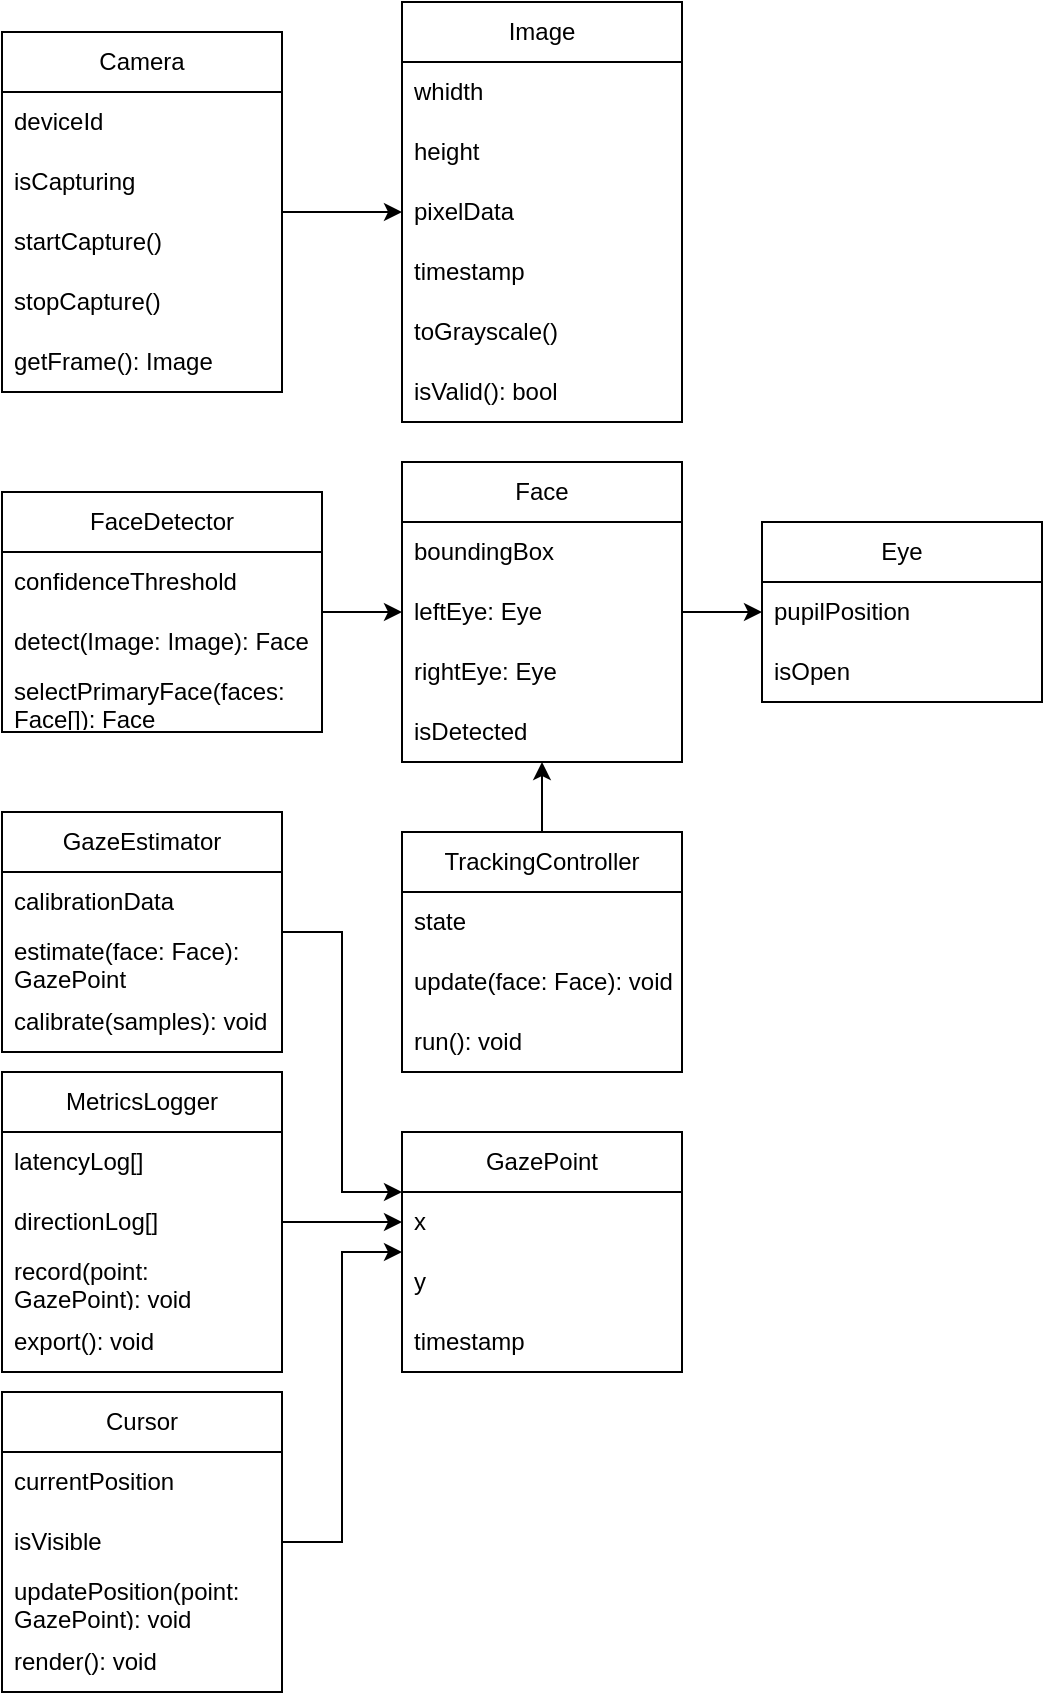
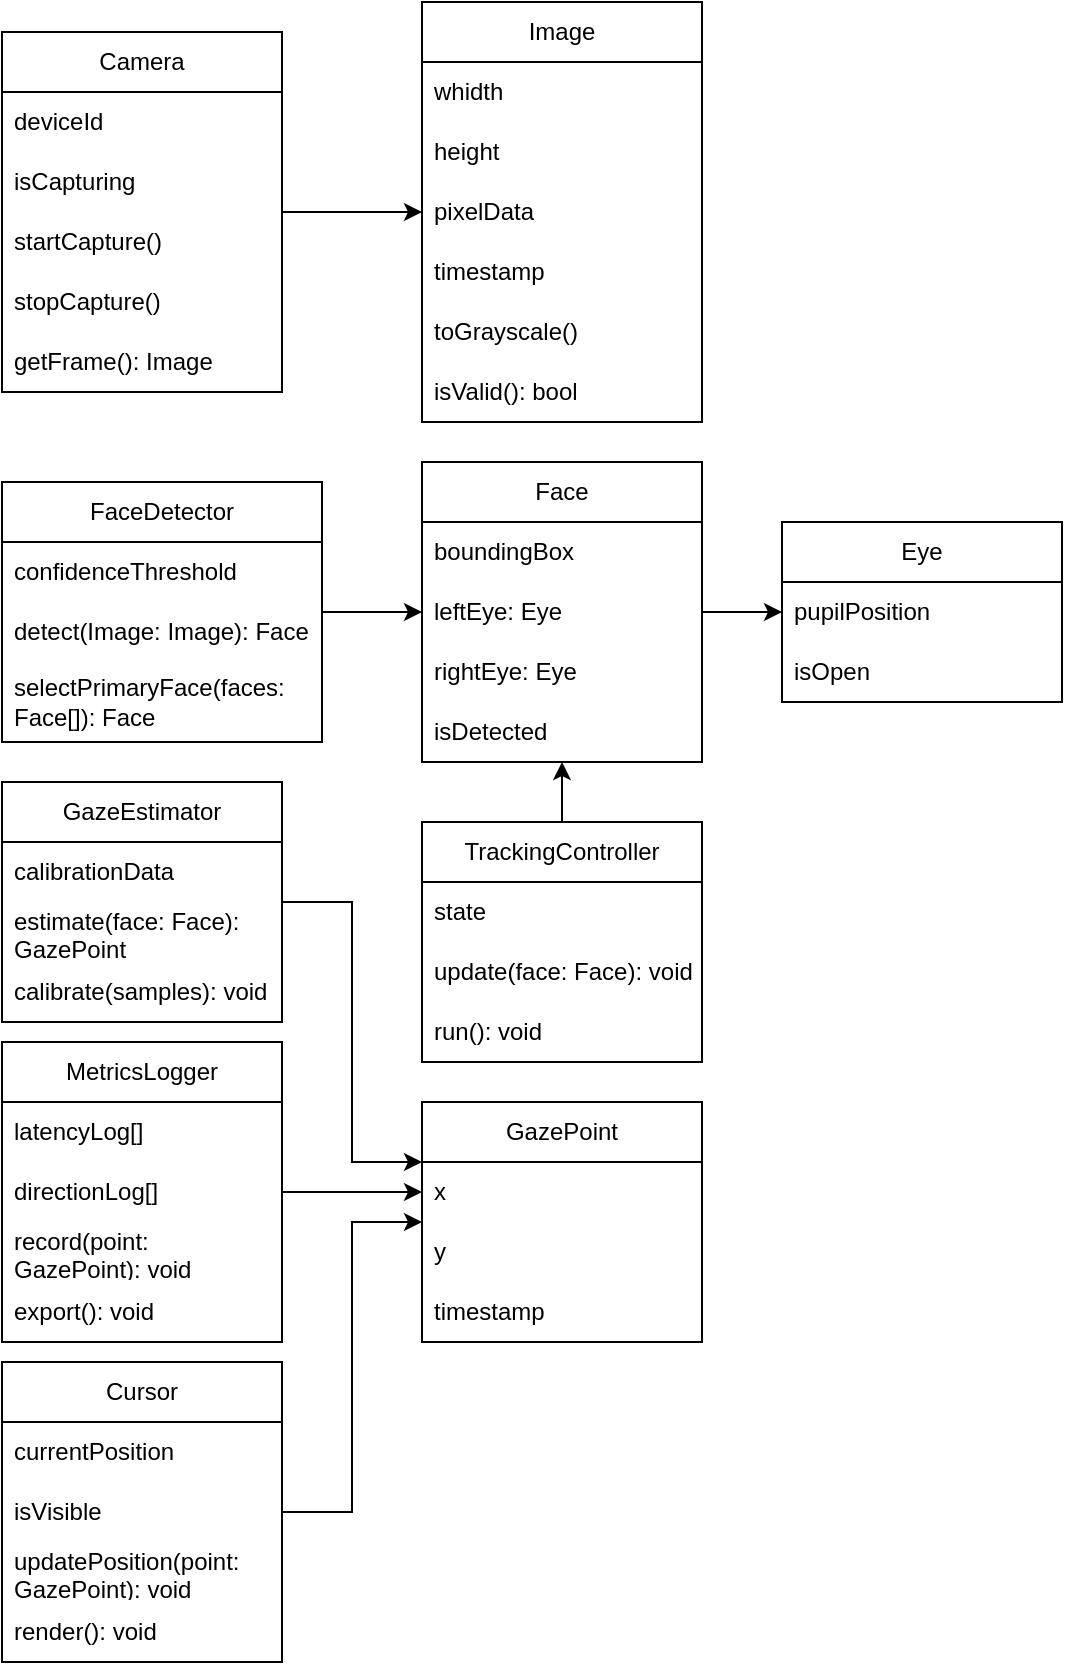
<mxfile host="Electron">
  <diagram name="Page-1" id="GMmGFsj3kmDCQzgM6W6h">
-     <mxGraphModel dx="576" dy="693" grid="1" gridSize="10" guides="1" tooltips="1" connect="1" arrows="1" fold="1" page="1" pageScale="1" pageWidth="850" pageHeight="1100" math="0" shadow="0">
+     <mxGraphModel dx="691" dy="832" grid="1" gridSize="10" guides="1" tooltips="1" connect="1" arrows="1" fold="1" page="1" pageScale="1" pageWidth="850" pageHeight="1100" math="0" shadow="0">
      <root>
        <mxCell id="0" />
        <mxCell id="1" parent="0" />
        <mxCell id="hKNJ4j4aiTqF0_Sxo6YJ-65" edge="1" parent="1" source="hKNJ4j4aiTqF0_Sxo6YJ-24" style="edgeStyle=orthogonalEdgeStyle;rounded=0;orthogonalLoop=1;jettySize=auto;html=1;entryX=0;entryY=0.5;entryDx=0;entryDy=0;" target="hKNJ4j4aiTqF0_Sxo6YJ-52">
          <mxGeometry relative="1" as="geometry" />
        </mxCell>
        <mxCell id="hKNJ4j4aiTqF0_Sxo6YJ-24" parent="1" style="swimlane;fontStyle=0;childLayout=stackLayout;horizontal=1;startSize=30;horizontalStack=0;resizeParent=1;resizeParentMax=0;resizeLast=0;collapsible=1;marginBottom=0;whiteSpace=wrap;html=1;" value="Camera" vertex="1">
-           <mxGeometry height="180" width="140" x="70" y="160" as="geometry" />
+           <mxGeometry height="180" width="140" x="60" y="175" as="geometry" />
        </mxCell>
        <mxCell id="hKNJ4j4aiTqF0_Sxo6YJ-25" parent="hKNJ4j4aiTqF0_Sxo6YJ-24" style="text;strokeColor=none;fillColor=none;align=left;verticalAlign=middle;spacingLeft=4;spacingRight=4;overflow=hidden;points=[[0,0.5],[1,0.5]];portConstraint=eastwest;rotatable=0;whiteSpace=wrap;html=1;" value="deviceId" vertex="1">
          <mxGeometry height="30" width="140" y="30" as="geometry" />
        </mxCell>
        <mxCell id="hKNJ4j4aiTqF0_Sxo6YJ-26" parent="hKNJ4j4aiTqF0_Sxo6YJ-24" style="text;strokeColor=none;fillColor=none;align=left;verticalAlign=middle;spacingLeft=4;spacingRight=4;overflow=hidden;points=[[0,0.5],[1,0.5]];portConstraint=eastwest;rotatable=0;whiteSpace=wrap;html=1;" value="isCapturing" vertex="1">
          <mxGeometry height="30" width="140" y="60" as="geometry" />
        </mxCell>
        <mxCell id="hKNJ4j4aiTqF0_Sxo6YJ-33" parent="hKNJ4j4aiTqF0_Sxo6YJ-24" style="text;strokeColor=none;fillColor=none;align=left;verticalAlign=middle;spacingLeft=4;spacingRight=4;overflow=hidden;points=[[0,0.5],[1,0.5]];portConstraint=eastwest;rotatable=0;whiteSpace=wrap;html=1;" value="startCapture()" vertex="1">
          <mxGeometry height="30" width="140" y="90" as="geometry" />
        </mxCell>
        <mxCell id="hKNJ4j4aiTqF0_Sxo6YJ-27" parent="hKNJ4j4aiTqF0_Sxo6YJ-24" style="text;strokeColor=none;fillColor=none;align=left;verticalAlign=middle;spacingLeft=4;spacingRight=4;overflow=hidden;points=[[0,0.5],[1,0.5]];portConstraint=eastwest;rotatable=0;whiteSpace=wrap;html=1;" value="stopCapture()" vertex="1">
          <mxGeometry height="30" width="140" y="120" as="geometry" />
        </mxCell>
        <mxCell id="hKNJ4j4aiTqF0_Sxo6YJ-51" parent="hKNJ4j4aiTqF0_Sxo6YJ-24" style="text;strokeColor=none;fillColor=none;align=left;verticalAlign=middle;spacingLeft=4;spacingRight=4;overflow=hidden;points=[[0,0.5],[1,0.5]];portConstraint=eastwest;rotatable=0;whiteSpace=wrap;html=1;" value="getFrame(): Image" vertex="1">
          <mxGeometry height="30" width="140" y="150" as="geometry" />
        </mxCell>
        <mxCell id="hKNJ4j4aiTqF0_Sxo6YJ-52" parent="1" style="swimlane;fontStyle=0;childLayout=stackLayout;horizontal=1;startSize=30;horizontalStack=0;resizeParent=1;resizeParentMax=0;resizeLast=0;collapsible=1;marginBottom=0;whiteSpace=wrap;html=1;" value="Image" vertex="1">
-           <mxGeometry height="210" width="140" x="270" y="145" as="geometry" />
+           <mxGeometry height="210" width="140" x="270" y="160" as="geometry" />
        </mxCell>
        <mxCell id="hKNJ4j4aiTqF0_Sxo6YJ-53" parent="hKNJ4j4aiTqF0_Sxo6YJ-52" style="text;strokeColor=none;fillColor=none;align=left;verticalAlign=middle;spacingLeft=4;spacingRight=4;overflow=hidden;points=[[0,0.5],[1,0.5]];portConstraint=eastwest;rotatable=0;whiteSpace=wrap;html=1;" value="whidth" vertex="1">
          <mxGeometry height="30" width="140" y="30" as="geometry" />
        </mxCell>
        <mxCell id="hKNJ4j4aiTqF0_Sxo6YJ-54" parent="hKNJ4j4aiTqF0_Sxo6YJ-52" style="text;strokeColor=none;fillColor=none;align=left;verticalAlign=middle;spacingLeft=4;spacingRight=4;overflow=hidden;points=[[0,0.5],[1,0.5]];portConstraint=eastwest;rotatable=0;whiteSpace=wrap;html=1;" value="he&lt;span style=&quot;background-color: transparent; color: light-dark(rgb(0, 0, 0), rgb(255, 255, 255));&quot;&gt;ight&lt;/span&gt;" vertex="1">
          <mxGeometry height="30" width="140" y="60" as="geometry" />
        </mxCell>
        <mxCell id="hKNJ4j4aiTqF0_Sxo6YJ-55" parent="hKNJ4j4aiTqF0_Sxo6YJ-52" style="text;strokeColor=none;fillColor=none;align=left;verticalAlign=middle;spacingLeft=4;spacingRight=4;overflow=hidden;points=[[0,0.5],[1,0.5]];portConstraint=eastwest;rotatable=0;whiteSpace=wrap;html=1;" value="pixelData" vertex="1">
          <mxGeometry height="30" width="140" y="90" as="geometry" />
        </mxCell>
        <mxCell id="hKNJ4j4aiTqF0_Sxo6YJ-56" parent="hKNJ4j4aiTqF0_Sxo6YJ-52" style="text;strokeColor=none;fillColor=none;align=left;verticalAlign=middle;spacingLeft=4;spacingRight=4;overflow=hidden;points=[[0,0.5],[1,0.5]];portConstraint=eastwest;rotatable=0;whiteSpace=wrap;html=1;" value="timestamp" vertex="1">
          <mxGeometry height="30" width="140" y="120" as="geometry" />
        </mxCell>
        <mxCell id="hKNJ4j4aiTqF0_Sxo6YJ-57" parent="hKNJ4j4aiTqF0_Sxo6YJ-52" style="text;strokeColor=none;fillColor=none;align=left;verticalAlign=middle;spacingLeft=4;spacingRight=4;overflow=hidden;points=[[0,0.5],[1,0.5]];portConstraint=eastwest;rotatable=0;whiteSpace=wrap;html=1;" value="toGrayscale()" vertex="1">
          <mxGeometry height="30" width="140" y="150" as="geometry" />
        </mxCell>
        <mxCell id="hKNJ4j4aiTqF0_Sxo6YJ-58" parent="hKNJ4j4aiTqF0_Sxo6YJ-52" style="text;strokeColor=none;fillColor=none;align=left;verticalAlign=middle;spacingLeft=4;spacingRight=4;overflow=hidden;points=[[0,0.5],[1,0.5]];portConstraint=eastwest;rotatable=0;whiteSpace=wrap;html=1;" value="isValid(): bool" vertex="1">
          <mxGeometry height="30" width="140" y="180" as="geometry" />
        </mxCell>
        <mxCell id="hKNJ4j4aiTqF0_Sxo6YJ-60" parent="1" style="swimlane;fontStyle=0;childLayout=stackLayout;horizontal=1;startSize=30;horizontalStack=0;resizeParent=1;resizeParentMax=0;resizeLast=0;collapsible=1;marginBottom=0;whiteSpace=wrap;html=1;" value="Face" vertex="1">
-           <mxGeometry height="150" width="140" x="270" y="375" as="geometry" />
+           <mxGeometry height="150" width="140" x="270" y="390" as="geometry" />
        </mxCell>
        <mxCell id="hKNJ4j4aiTqF0_Sxo6YJ-61" parent="hKNJ4j4aiTqF0_Sxo6YJ-60" style="text;strokeColor=none;fillColor=none;align=left;verticalAlign=middle;spacingLeft=4;spacingRight=4;overflow=hidden;points=[[0,0.5],[1,0.5]];portConstraint=eastwest;rotatable=0;whiteSpace=wrap;html=1;" value="boundingBox" vertex="1">
          <mxGeometry height="30" width="140" y="30" as="geometry" />
        </mxCell>
        <mxCell id="hKNJ4j4aiTqF0_Sxo6YJ-62" parent="hKNJ4j4aiTqF0_Sxo6YJ-60" style="text;strokeColor=none;fillColor=none;align=left;verticalAlign=middle;spacingLeft=4;spacingRight=4;overflow=hidden;points=[[0,0.5],[1,0.5]];portConstraint=eastwest;rotatable=0;whiteSpace=wrap;html=1;" value="leftEye: Eye" vertex="1">
          <mxGeometry height="30" width="140" y="60" as="geometry" />
        </mxCell>
        <mxCell id="hKNJ4j4aiTqF0_Sxo6YJ-63" parent="hKNJ4j4aiTqF0_Sxo6YJ-60" style="text;strokeColor=none;fillColor=none;align=left;verticalAlign=middle;spacingLeft=4;spacingRight=4;overflow=hidden;points=[[0,0.5],[1,0.5]];portConstraint=eastwest;rotatable=0;whiteSpace=wrap;html=1;" value="rightEye: Eye" vertex="1">
          <mxGeometry height="30" width="140" y="90" as="geometry" />
        </mxCell>
        <mxCell id="hKNJ4j4aiTqF0_Sxo6YJ-64" parent="hKNJ4j4aiTqF0_Sxo6YJ-60" style="text;strokeColor=none;fillColor=none;align=left;verticalAlign=middle;spacingLeft=4;spacingRight=4;overflow=hidden;points=[[0,0.5],[1,0.5]];portConstraint=eastwest;rotatable=0;whiteSpace=wrap;html=1;" value="isDetected" vertex="1">
          <mxGeometry height="30" width="140" y="120" as="geometry" />
        </mxCell>
        <mxCell id="hKNJ4j4aiTqF0_Sxo6YJ-66" parent="1" style="swimlane;fontStyle=0;childLayout=stackLayout;horizontal=1;startSize=30;horizontalStack=0;resizeParent=1;resizeParentMax=0;resizeLast=0;collapsible=1;marginBottom=0;whiteSpace=wrap;html=1;" value="Eye" vertex="1">
-           <mxGeometry height="90" width="140" x="450" y="405" as="geometry" />
+           <mxGeometry height="90" width="140" x="450" y="420" as="geometry" />
        </mxCell>
        <mxCell id="hKNJ4j4aiTqF0_Sxo6YJ-67" parent="hKNJ4j4aiTqF0_Sxo6YJ-66" style="text;strokeColor=none;fillColor=none;align=left;verticalAlign=middle;spacingLeft=4;spacingRight=4;overflow=hidden;points=[[0,0.5],[1,0.5]];portConstraint=eastwest;rotatable=0;whiteSpace=wrap;html=1;" value="pupilPosition" vertex="1">
          <mxGeometry height="30" width="140" y="30" as="geometry" />
        </mxCell>
        <mxCell id="hKNJ4j4aiTqF0_Sxo6YJ-68" parent="hKNJ4j4aiTqF0_Sxo6YJ-66" style="text;strokeColor=none;fillColor=none;align=left;verticalAlign=middle;spacingLeft=4;spacingRight=4;overflow=hidden;points=[[0,0.5],[1,0.5]];portConstraint=eastwest;rotatable=0;whiteSpace=wrap;html=1;" value="isOpen" vertex="1">
          <mxGeometry height="30" width="140" y="60" as="geometry" />
        </mxCell>
        <mxCell id="hKNJ4j4aiTqF0_Sxo6YJ-97" edge="1" parent="1" source="hKNJ4j4aiTqF0_Sxo6YJ-70" style="edgeStyle=orthogonalEdgeStyle;rounded=0;orthogonalLoop=1;jettySize=auto;html=1;entryX=0;entryY=0.5;entryDx=0;entryDy=0;" target="hKNJ4j4aiTqF0_Sxo6YJ-60">
          <mxGeometry relative="1" as="geometry" />
        </mxCell>
        <mxCell id="hKNJ4j4aiTqF0_Sxo6YJ-70" parent="1" style="swimlane;fontStyle=0;childLayout=stackLayout;horizontal=1;startSize=30;horizontalStack=0;resizeParent=1;resizeParentMax=0;resizeLast=0;collapsible=1;marginBottom=0;whiteSpace=wrap;html=1;" value="FaceDetector" vertex="1">
-           <mxGeometry height="120" width="160" x="70" y="390" as="geometry" />
+           <mxGeometry height="130" width="160" x="60" y="400" as="geometry" />
        </mxCell>
        <mxCell id="hKNJ4j4aiTqF0_Sxo6YJ-71" parent="hKNJ4j4aiTqF0_Sxo6YJ-70" style="text;strokeColor=none;fillColor=none;align=left;verticalAlign=middle;spacingLeft=4;spacingRight=4;overflow=hidden;points=[[0,0.5],[1,0.5]];portConstraint=eastwest;rotatable=0;whiteSpace=wrap;html=1;" value="confidenceThreshold" vertex="1">
          <mxGeometry height="30" width="160" y="30" as="geometry" />
        </mxCell>
        <mxCell id="hKNJ4j4aiTqF0_Sxo6YJ-72" parent="hKNJ4j4aiTqF0_Sxo6YJ-70" style="text;strokeColor=none;fillColor=none;align=left;verticalAlign=middle;spacingLeft=4;spacingRight=4;overflow=hidden;points=[[0,0.5],[1,0.5]];portConstraint=eastwest;rotatable=0;whiteSpace=wrap;html=1;" value="detect(Image: Image): Face" vertex="1">
          <mxGeometry height="30" width="160" y="60" as="geometry" />
        </mxCell>
        <mxCell id="hKNJ4j4aiTqF0_Sxo6YJ-73" parent="hKNJ4j4aiTqF0_Sxo6YJ-70" style="text;strokeColor=none;fillColor=none;align=left;verticalAlign=middle;spacingLeft=4;spacingRight=4;overflow=hidden;points=[[0,0.5],[1,0.5]];portConstraint=eastwest;rotatable=0;whiteSpace=wrap;html=1;" value="selectPrimaryFace(faces: Face[]): Face" vertex="1">
-           <mxGeometry height="30" width="160" y="90" as="geometry" />
+           <mxGeometry height="40" width="160" y="90" as="geometry" />
        </mxCell>
        <mxCell id="hKNJ4j4aiTqF0_Sxo6YJ-98" edge="1" parent="1" source="hKNJ4j4aiTqF0_Sxo6YJ-75" style="edgeStyle=orthogonalEdgeStyle;rounded=0;orthogonalLoop=1;jettySize=auto;html=1;entryX=0;entryY=0.25;entryDx=0;entryDy=0;" target="hKNJ4j4aiTqF0_Sxo6YJ-79">
          <mxGeometry relative="1" as="geometry">
            <mxPoint x="240" y="740" as="targetPoint" />
          </mxGeometry>
        </mxCell>
        <mxCell id="hKNJ4j4aiTqF0_Sxo6YJ-75" parent="1" style="swimlane;fontStyle=0;childLayout=stackLayout;horizontal=1;startSize=30;horizontalStack=0;resizeParent=1;resizeParentMax=0;resizeLast=0;collapsible=1;marginBottom=0;whiteSpace=wrap;html=1;" value="GazeEstimator" vertex="1">
-           <mxGeometry height="120" width="140" x="70" y="550" as="geometry" />
+           <mxGeometry height="120" width="140" x="60" y="550" as="geometry" />
        </mxCell>
        <mxCell id="hKNJ4j4aiTqF0_Sxo6YJ-76" parent="hKNJ4j4aiTqF0_Sxo6YJ-75" style="text;strokeColor=none;fillColor=none;align=left;verticalAlign=middle;spacingLeft=4;spacingRight=4;overflow=hidden;points=[[0,0.5],[1,0.5]];portConstraint=eastwest;rotatable=0;whiteSpace=wrap;html=1;" value="calibrationData" vertex="1">
          <mxGeometry height="30" width="140" y="30" as="geometry" />
        </mxCell>
        <mxCell id="hKNJ4j4aiTqF0_Sxo6YJ-77" parent="hKNJ4j4aiTqF0_Sxo6YJ-75" style="text;strokeColor=none;fillColor=none;align=left;verticalAlign=middle;spacingLeft=4;spacingRight=4;overflow=hidden;points=[[0,0.5],[1,0.5]];portConstraint=eastwest;rotatable=0;whiteSpace=wrap;html=1;" value="estimate(face: Face): GazePoint" vertex="1">
          <mxGeometry height="30" width="140" y="60" as="geometry" />
        </mxCell>
        <mxCell id="hKNJ4j4aiTqF0_Sxo6YJ-78" parent="hKNJ4j4aiTqF0_Sxo6YJ-75" style="text;strokeColor=none;fillColor=none;align=left;verticalAlign=middle;spacingLeft=4;spacingRight=4;overflow=hidden;points=[[0,0.5],[1,0.5]];portConstraint=eastwest;rotatable=0;whiteSpace=wrap;html=1;" value="calibrate(samples): void" vertex="1">
          <mxGeometry height="30" width="140" y="90" as="geometry" />
        </mxCell>
        <mxCell id="hKNJ4j4aiTqF0_Sxo6YJ-79" parent="1" style="swimlane;fontStyle=0;childLayout=stackLayout;horizontal=1;startSize=30;horizontalStack=0;resizeParent=1;resizeParentMax=0;resizeLast=0;collapsible=1;marginBottom=0;whiteSpace=wrap;html=1;" value="GazePoint" vertex="1">
          <mxGeometry height="120" width="140" x="270" y="710" as="geometry" />
        </mxCell>
        <mxCell id="hKNJ4j4aiTqF0_Sxo6YJ-80" parent="hKNJ4j4aiTqF0_Sxo6YJ-79" style="text;strokeColor=none;fillColor=none;align=left;verticalAlign=middle;spacingLeft=4;spacingRight=4;overflow=hidden;points=[[0,0.5],[1,0.5]];portConstraint=eastwest;rotatable=0;whiteSpace=wrap;html=1;" value="x" vertex="1">
          <mxGeometry height="30" width="140" y="30" as="geometry" />
        </mxCell>
        <mxCell id="hKNJ4j4aiTqF0_Sxo6YJ-81" parent="hKNJ4j4aiTqF0_Sxo6YJ-79" style="text;strokeColor=none;fillColor=none;align=left;verticalAlign=middle;spacingLeft=4;spacingRight=4;overflow=hidden;points=[[0,0.5],[1,0.5]];portConstraint=eastwest;rotatable=0;whiteSpace=wrap;html=1;" value="y" vertex="1">
          <mxGeometry height="30" width="140" y="60" as="geometry" />
        </mxCell>
        <mxCell id="hKNJ4j4aiTqF0_Sxo6YJ-82" parent="hKNJ4j4aiTqF0_Sxo6YJ-79" style="text;strokeColor=none;fillColor=none;align=left;verticalAlign=middle;spacingLeft=4;spacingRight=4;overflow=hidden;points=[[0,0.5],[1,0.5]];portConstraint=eastwest;rotatable=0;whiteSpace=wrap;html=1;" value="timestamp" vertex="1">
          <mxGeometry height="30" width="140" y="90" as="geometry" />
        </mxCell>
        <mxCell id="hKNJ4j4aiTqF0_Sxo6YJ-104" edge="1" parent="1" source="hKNJ4j4aiTqF0_Sxo6YJ-83" style="edgeStyle=orthogonalEdgeStyle;rounded=0;orthogonalLoop=1;jettySize=auto;html=1;entryX=0.5;entryY=1;entryDx=0;entryDy=0;" target="hKNJ4j4aiTqF0_Sxo6YJ-60">
          <mxGeometry relative="1" as="geometry" />
        </mxCell>
        <mxCell id="hKNJ4j4aiTqF0_Sxo6YJ-83" parent="1" style="swimlane;fontStyle=0;childLayout=stackLayout;horizontal=1;startSize=30;horizontalStack=0;resizeParent=1;resizeParentMax=0;resizeLast=0;collapsible=1;marginBottom=0;whiteSpace=wrap;html=1;" value="TrackingController" vertex="1">
-           <mxGeometry height="120" width="140" x="270" y="560" as="geometry" />
+           <mxGeometry height="120" width="140" x="270" y="570" as="geometry" />
        </mxCell>
        <mxCell id="hKNJ4j4aiTqF0_Sxo6YJ-84" parent="hKNJ4j4aiTqF0_Sxo6YJ-83" style="text;strokeColor=none;fillColor=none;align=left;verticalAlign=middle;spacingLeft=4;spacingRight=4;overflow=hidden;points=[[0,0.5],[1,0.5]];portConstraint=eastwest;rotatable=0;whiteSpace=wrap;html=1;" value="state" vertex="1">
          <mxGeometry height="30" width="140" y="30" as="geometry" />
        </mxCell>
        <mxCell id="hKNJ4j4aiTqF0_Sxo6YJ-85" parent="hKNJ4j4aiTqF0_Sxo6YJ-83" style="text;strokeColor=none;fillColor=none;align=left;verticalAlign=middle;spacingLeft=4;spacingRight=4;overflow=hidden;points=[[0,0.5],[1,0.5]];portConstraint=eastwest;rotatable=0;whiteSpace=wrap;html=1;" value="update(face: Face): void" vertex="1">
          <mxGeometry height="30" width="140" y="60" as="geometry" />
        </mxCell>
        <mxCell id="hKNJ4j4aiTqF0_Sxo6YJ-86" parent="hKNJ4j4aiTqF0_Sxo6YJ-83" style="text;strokeColor=none;fillColor=none;align=left;verticalAlign=middle;spacingLeft=4;spacingRight=4;overflow=hidden;points=[[0,0.5],[1,0.5]];portConstraint=eastwest;rotatable=0;whiteSpace=wrap;html=1;" value="run(): void" vertex="1">
          <mxGeometry height="30" width="140" y="90" as="geometry" />
        </mxCell>
        <mxCell id="hKNJ4j4aiTqF0_Sxo6YJ-103" edge="1" parent="1" source="hKNJ4j4aiTqF0_Sxo6YJ-87" style="edgeStyle=orthogonalEdgeStyle;rounded=0;orthogonalLoop=1;jettySize=auto;html=1;entryX=0;entryY=0.5;entryDx=0;entryDy=0;" target="hKNJ4j4aiTqF0_Sxo6YJ-79">
          <mxGeometry relative="1" as="geometry" />
        </mxCell>
        <mxCell id="hKNJ4j4aiTqF0_Sxo6YJ-87" parent="1" style="swimlane;fontStyle=0;childLayout=stackLayout;horizontal=1;startSize=30;horizontalStack=0;resizeParent=1;resizeParentMax=0;resizeLast=0;collapsible=1;marginBottom=0;whiteSpace=wrap;html=1;" value="Cursor" vertex="1">
-           <mxGeometry height="150" width="140" x="70" y="840" as="geometry" />
+           <mxGeometry height="150" width="140" x="60" y="840" as="geometry" />
        </mxCell>
        <mxCell id="hKNJ4j4aiTqF0_Sxo6YJ-88" parent="hKNJ4j4aiTqF0_Sxo6YJ-87" style="text;strokeColor=none;fillColor=none;align=left;verticalAlign=middle;spacingLeft=4;spacingRight=4;overflow=hidden;points=[[0,0.5],[1,0.5]];portConstraint=eastwest;rotatable=0;whiteSpace=wrap;html=1;" value="currentPosition" vertex="1">
          <mxGeometry height="30" width="140" y="30" as="geometry" />
        </mxCell>
        <mxCell id="hKNJ4j4aiTqF0_Sxo6YJ-89" parent="hKNJ4j4aiTqF0_Sxo6YJ-87" style="text;strokeColor=none;fillColor=none;align=left;verticalAlign=middle;spacingLeft=4;spacingRight=4;overflow=hidden;points=[[0,0.5],[1,0.5]];portConstraint=eastwest;rotatable=0;whiteSpace=wrap;html=1;" value="isVisible" vertex="1">
          <mxGeometry height="30" width="140" y="60" as="geometry" />
        </mxCell>
        <mxCell id="hKNJ4j4aiTqF0_Sxo6YJ-90" parent="hKNJ4j4aiTqF0_Sxo6YJ-87" style="text;strokeColor=none;fillColor=none;align=left;verticalAlign=middle;spacingLeft=4;spacingRight=4;overflow=hidden;points=[[0,0.5],[1,0.5]];portConstraint=eastwest;rotatable=0;whiteSpace=wrap;html=1;" value="updatePosition(point: GazePoint): void" vertex="1">
          <mxGeometry height="30" width="140" y="90" as="geometry" />
        </mxCell>
        <mxCell id="hKNJ4j4aiTqF0_Sxo6YJ-91" parent="hKNJ4j4aiTqF0_Sxo6YJ-87" style="text;strokeColor=none;fillColor=none;align=left;verticalAlign=middle;spacingLeft=4;spacingRight=4;overflow=hidden;points=[[0,0.5],[1,0.5]];portConstraint=eastwest;rotatable=0;whiteSpace=wrap;html=1;" value="render(): void" vertex="1">
          <mxGeometry height="30" width="140" y="120" as="geometry" />
        </mxCell>
        <mxCell id="hKNJ4j4aiTqF0_Sxo6YJ-92" parent="1" style="swimlane;fontStyle=0;childLayout=stackLayout;horizontal=1;startSize=30;horizontalStack=0;resizeParent=1;resizeParentMax=0;resizeLast=0;collapsible=1;marginBottom=0;whiteSpace=wrap;html=1;" value="MetricsLogger" vertex="1">
-           <mxGeometry height="150" width="140" x="70" y="680" as="geometry" />
+           <mxGeometry height="150" width="140" x="60" y="680" as="geometry" />
        </mxCell>
        <mxCell id="hKNJ4j4aiTqF0_Sxo6YJ-93" parent="hKNJ4j4aiTqF0_Sxo6YJ-92" style="text;strokeColor=none;fillColor=none;align=left;verticalAlign=middle;spacingLeft=4;spacingRight=4;overflow=hidden;points=[[0,0.5],[1,0.5]];portConstraint=eastwest;rotatable=0;whiteSpace=wrap;html=1;" value="latencyLog[]" vertex="1">
          <mxGeometry height="30" width="140" y="30" as="geometry" />
        </mxCell>
        <mxCell id="hKNJ4j4aiTqF0_Sxo6YJ-94" parent="hKNJ4j4aiTqF0_Sxo6YJ-92" style="text;strokeColor=none;fillColor=none;align=left;verticalAlign=middle;spacingLeft=4;spacingRight=4;overflow=hidden;points=[[0,0.5],[1,0.5]];portConstraint=eastwest;rotatable=0;whiteSpace=wrap;html=1;" value="directionLog[]" vertex="1">
          <mxGeometry height="30" width="140" y="60" as="geometry" />
        </mxCell>
        <mxCell id="hKNJ4j4aiTqF0_Sxo6YJ-95" parent="hKNJ4j4aiTqF0_Sxo6YJ-92" style="text;strokeColor=none;fillColor=none;align=left;verticalAlign=middle;spacingLeft=4;spacingRight=4;overflow=hidden;points=[[0,0.5],[1,0.5]];portConstraint=eastwest;rotatable=0;whiteSpace=wrap;html=1;" value="record(point: GazePoint): void" vertex="1">
          <mxGeometry height="30" width="140" y="90" as="geometry" />
        </mxCell>
        <mxCell id="hKNJ4j4aiTqF0_Sxo6YJ-96" parent="hKNJ4j4aiTqF0_Sxo6YJ-92" style="text;strokeColor=none;fillColor=none;align=left;verticalAlign=middle;spacingLeft=4;spacingRight=4;overflow=hidden;points=[[0,0.5],[1,0.5]];portConstraint=eastwest;rotatable=0;whiteSpace=wrap;html=1;" value="export(): void" vertex="1">
          <mxGeometry height="30" width="140" y="120" as="geometry" />
        </mxCell>
        <mxCell id="hKNJ4j4aiTqF0_Sxo6YJ-99" edge="1" parent="1" source="hKNJ4j4aiTqF0_Sxo6YJ-62" style="edgeStyle=orthogonalEdgeStyle;rounded=0;orthogonalLoop=1;jettySize=auto;html=1;" target="hKNJ4j4aiTqF0_Sxo6YJ-67">
          <mxGeometry relative="1" as="geometry" />
        </mxCell>
        <mxCell id="hKNJ4j4aiTqF0_Sxo6YJ-102" edge="1" parent="1" source="hKNJ4j4aiTqF0_Sxo6YJ-94" style="edgeStyle=orthogonalEdgeStyle;rounded=0;orthogonalLoop=1;jettySize=auto;html=1;" target="hKNJ4j4aiTqF0_Sxo6YJ-80">
          <mxGeometry relative="1" as="geometry" />
        </mxCell>
      </root>
    </mxGraphModel>
  </diagram>
</mxfile>
